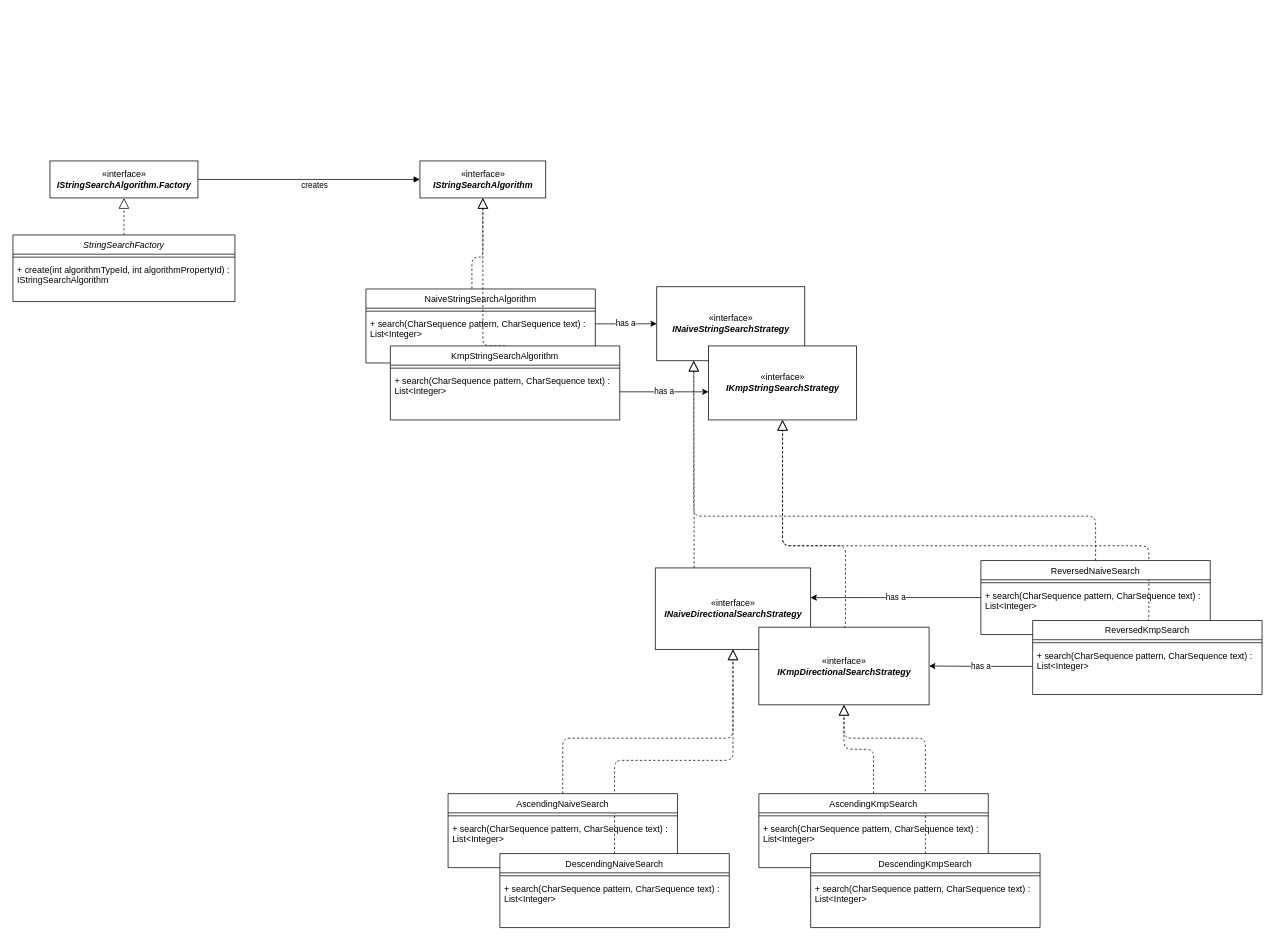
Earlier version of the draw.io diagram Server/algorithms_UML.drawio (cohenItay/Client-Server-project). Source tidied: cells renumbered, new cells numbered last; positions are measured from the earlier drawing's top-left corner, leaving out a move shared by most shapes. Both pictures are drawn from the tidied source at 74%, with x=0, y=0 at pixel (13, 161).
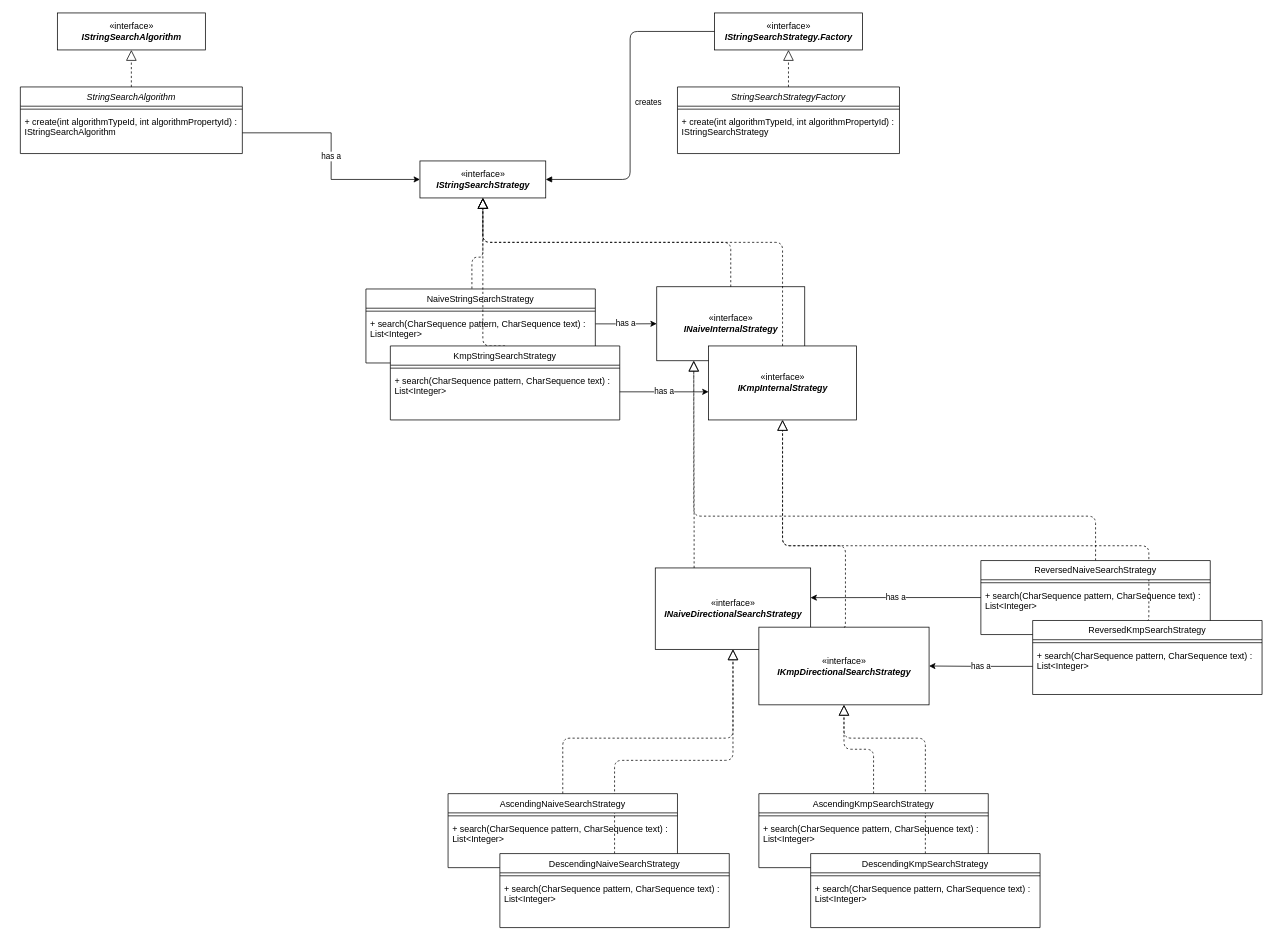
The same diagram, later.

Diff of the diagram source:
```diff
@@
-    <mxCell id="2" value="«interface»&lt;br&gt;&lt;span style=&quot;font-style: italic&quot;&gt;&lt;b&gt;IStringSearchAlgorithm.Factory&lt;/b&gt;&lt;/span&gt;" style="html=1;" parent="1" vertex="1">
-      <mxGeometry x="50" width="200" height="50" as="geometry" />
+    <mxCell id="2" value="«interface»&lt;br&gt;&lt;span style=&quot;font-style: italic&quot;&gt;&lt;b&gt;IStringSearch&lt;/b&gt;&lt;/span&gt;&lt;b style=&quot;font-style: italic&quot;&gt;Strategy&lt;/b&gt;&lt;span style=&quot;font-style: italic&quot;&gt;&lt;b&gt;.Factory&lt;/b&gt;&lt;/span&gt;" style="html=1;" parent="1" vertex="1">
+      <mxGeometry x="948" y="-200" width="200" height="50" as="geometry" />
     </mxCell>
-    <mxCell id="3" value="«interface»&lt;br&gt;&lt;b style=&quot;font-style: italic&quot;&gt;IStringSearchAlgorithm&lt;/b&gt;" style="html=1;" parent="1" vertex="1">
+    <mxCell id="3" value="«interface»&lt;br&gt;&lt;b style=&quot;font-style: italic&quot;&gt;IStringSearchStrategy&lt;/b&gt;" style="html=1;" parent="1" vertex="1">
       <mxGeometry x="550" width="170" height="50" as="geometry" />
     </mxCell>
@@
-    <mxCell id="5" value="creates" style="endArrow=block;endFill=1;html=1;edgeStyle=orthogonalEdgeStyle;align=left;verticalAlign=top;exitX=1;exitY=0.5;exitDx=0;exitDy=0;entryX=0;entryY=0.5;entryDx=0;entryDy=0;" parent="1" edge="1" source="2" target="3">
+    <mxCell id="5" value="creates" style="endArrow=block;endFill=1;html=1;edgeStyle=orthogonalEdgeStyle;align=left;verticalAlign=top;exitX=0;exitY=0.5;exitDx=0;exitDy=0;entryX=1;entryY=0.5;entryDx=0;entryDy=0;" parent="1" edge="1" source="2" target="3">
       <mxGeometry x="-0.08" y="5" relative="1" as="geometry" />
     </mxCell>
-    <mxCell id="6" value="StringSearchFactory" style="swimlane;fontStyle=2;align=center;verticalAlign=top;horizontal=1;startSize=26;rounded=0;shadow=0;strokeWidth=1;" parent="1" vertex="1">
-      <mxGeometry y="100" width="300" height="90" as="geometry" />
-    </mxCell>
-    <mxCell id="7" style="line;html=1;strokeWidth=1;align=left;verticalAlign=middle;spacingTop=-1;spacingLeft=3;spacingRight=3;labelPosition=right;" parent="6" vertex="1">
-      <mxGeometry y="26" width="300" height="8" as="geometry" />
-    </mxCell>
-    <mxCell id="8" value="+ create(int algorithmTypeId, int algorithmPropertyId) : IStringSearchAlgorithm" style="text;align=left;verticalAlign=top;spacingLeft=4;spacingRight=4;overflow=hidden;whiteSpace=wrap;" parent="6" vertex="1">
-      <mxGeometry y="34" width="300" height="56" as="geometry" />
-    </mxCell>
@@
-    <mxCell id="10" value="«interface»&lt;br&gt;&lt;b&gt;&lt;i&gt;INaiveStringSearchStrategy&lt;/i&gt;&lt;/b&gt;" style="html=1;" parent="1" vertex="1">
+    <mxCell id="10" value="«interface»&lt;br&gt;&lt;b&gt;&lt;i&gt;INaiveInternalStrategy&lt;/i&gt;&lt;/b&gt;" style="html=1;" parent="1" vertex="1">
       <mxGeometry x="870" y="170" width="200" height="100" as="geometry" />
     </mxCell>
-    <mxCell id="11" value="«interface»&lt;br&gt;&lt;b&gt;&lt;i&gt;IKmpStringSearchStrategy&lt;/i&gt;&lt;/b&gt;" style="html=1;" parent="1" vertex="1">
+    <mxCell id="11" value="«interface»&lt;br&gt;&lt;b&gt;&lt;i&gt;IKmpInternalStrategy&lt;/i&gt;&lt;/b&gt;" style="html=1;" parent="1" vertex="1">
       <mxGeometry x="940" y="250" width="200" height="100" as="geometry" />
     </mxCell>
@@
-    <mxCell id="17" value="NaiveStringSearchAlgorithm" style="swimlane;fontStyle=0;align=center;verticalAlign=top;horizontal=1;startSize=26;rounded=0;shadow=0;strokeWidth=1;" parent="1" vertex="1">
+    <mxCell id="17" value="NaiveStringSearchStrategy" style="swimlane;fontStyle=0;align=center;verticalAlign=top;horizontal=1;startSize=26;rounded=0;shadow=0;strokeWidth=1;" parent="1" vertex="1">
       <mxGeometry x="477" y="173" width="310" height="100" as="geometry" />
     </mxCell>
@@
-    <mxCell id="21" value="KmpStringSearchAlgorithm" style="swimlane;fontStyle=0;align=center;verticalAlign=top;horizontal=1;startSize=26;rounded=0;shadow=0;strokeWidth=1;" parent="1" vertex="1">
+    <mxCell id="21" value="KmpStringSearchStrategy" style="swimlane;fontStyle=0;align=center;verticalAlign=top;horizontal=1;startSize=26;rounded=0;shadow=0;strokeWidth=1;" parent="1" vertex="1">
       <mxGeometry x="510" y="250" width="310" height="100" as="geometry" />
     </mxCell>
@@
-    <mxCell id="33" value="AscendingKmpSearch" style="swimlane;fontStyle=0;align=center;verticalAlign=top;horizontal=1;startSize=26;rounded=0;shadow=0;strokeWidth=1;" parent="1" vertex="1">
+    <mxCell id="33" value="AscendingKmpSearchStrategy" style="swimlane;fontStyle=0;align=center;verticalAlign=top;horizontal=1;startSize=26;rounded=0;shadow=0;strokeWidth=1;" parent="1" vertex="1">
       <mxGeometry x="1008" y="855" width="310" height="100" as="geometry" />
     </mxCell>
@@
-    <mxCell id="36" value="DescendingKmpSearch" style="swimlane;fontStyle=0;align=center;verticalAlign=top;horizontal=1;startSize=26;rounded=0;shadow=0;strokeWidth=1;" parent="1" vertex="1">
+    <mxCell id="36" value="DescendingKmpSearchStrategy" style="swimlane;fontStyle=0;align=center;verticalAlign=top;horizontal=1;startSize=26;rounded=0;shadow=0;strokeWidth=1;" parent="1" vertex="1">
       <mxGeometry x="1078" y="936" width="310" height="100" as="geometry" />
     </mxCell>
@@
-    <mxCell id="39" value="AscendingNaiveSearch" style="swimlane;fontStyle=0;align=center;verticalAlign=top;horizontal=1;startSize=26;rounded=0;shadow=0;strokeWidth=1;" parent="1" vertex="1">
+    <mxCell id="39" value="AscendingNaiveSearchStrategy" style="swimlane;fontStyle=0;align=center;verticalAlign=top;horizontal=1;startSize=26;rounded=0;shadow=0;strokeWidth=1;" parent="1" vertex="1">
       <mxGeometry x="588" y="855" width="310" height="100" as="geometry" />
     </mxCell>
@@
-    <mxCell id="42" value="DescendingNaiveSearch" style="swimlane;fontStyle=0;align=center;verticalAlign=top;horizontal=1;startSize=26;rounded=0;shadow=0;strokeWidth=1;" parent="1" vertex="1">
+    <mxCell id="42" value="DescendingNaiveSearchStrategy" style="swimlane;fontStyle=0;align=center;verticalAlign=top;horizontal=1;startSize=26;rounded=0;shadow=0;strokeWidth=1;" parent="1" vertex="1">
       <mxGeometry x="658" y="936" width="310" height="100" as="geometry" />
     </mxCell>
@@
-    <mxCell id="45" value="ReversedNaiveSearch" style="swimlane;fontStyle=0;align=center;verticalAlign=top;horizontal=1;startSize=26;rounded=0;shadow=0;strokeWidth=1;" parent="1" vertex="1">
+    <mxCell id="45" value="ReversedNaiveSearchStrategy" style="swimlane;fontStyle=0;align=center;verticalAlign=top;horizontal=1;startSize=26;rounded=0;shadow=0;strokeWidth=1;" parent="1" vertex="1">
       <mxGeometry x="1308" y="540" width="310" height="100" as="geometry" />
     </mxCell>
@@
-    <mxCell id="48" value="ReversedKmpSearch" style="swimlane;fontStyle=0;align=center;verticalAlign=top;horizontal=1;startSize=26;rounded=0;shadow=0;strokeWidth=1;" parent="1" vertex="1">
+    <mxCell id="48" value="ReversedKmpSearchStrategy" style="swimlane;fontStyle=0;align=center;verticalAlign=top;horizontal=1;startSize=26;rounded=0;shadow=0;strokeWidth=1;" parent="1" vertex="1">
       <mxGeometry x="1378" y="621" width="310" height="100" as="geometry" />
     </mxCell>
@@
+    <mxCell id="6" value="StringSearchStrategyFactory" style="swimlane;fontStyle=2;align=center;verticalAlign=top;horizontal=1;startSize=26;rounded=0;shadow=0;strokeWidth=1;" parent="1" vertex="1">
+      <mxGeometry x="898" y="-100" width="300" height="90" as="geometry" />
+    </mxCell>
+    <mxCell id="7" style="line;html=1;strokeWidth=1;align=left;verticalAlign=middle;spacingTop=-1;spacingLeft=3;spacingRight=3;labelPosition=right;" parent="6" vertex="1">
+      <mxGeometry y="26" width="300" height="8" as="geometry" />
+    </mxCell>
+    <mxCell id="8" value="+ create(int algorithmTypeId, int algorithmPropertyId) : IStringSearchStrategy" style="text;align=left;verticalAlign=top;spacingLeft=4;spacingRight=4;overflow=hidden;whiteSpace=wrap;" parent="6" vertex="1">
+      <mxGeometry y="34" width="300" height="56" as="geometry" />
+    </mxCell>
+    <mxCell id="51" value="«interface»&lt;br&gt;&lt;span style=&quot;font-style: italic&quot;&gt;&lt;b&gt;IStringSearchAlgorithm&lt;/b&gt;&lt;/span&gt;" style="html=1;" parent="1" vertex="1">
+      <mxGeometry x="60" y="-200" width="200" height="50" as="geometry" />
+    </mxCell>
+    <mxCell id="52" value="StringSearchAlgorithm" style="swimlane;fontStyle=2;align=center;verticalAlign=top;horizontal=1;startSize=26;rounded=0;shadow=0;strokeWidth=1;" parent="1" vertex="1">
+      <mxGeometry x="10" y="-100" width="300" height="90" as="geometry" />
+    </mxCell>
+    <mxCell id="53" style="line;html=1;strokeWidth=1;align=left;verticalAlign=middle;spacingTop=-1;spacingLeft=3;spacingRight=3;labelPosition=right;" parent="52" vertex="1">
+      <mxGeometry y="26" width="300" height="8" as="geometry" />
+    </mxCell>
+    <mxCell id="54" value="+ create(int algorithmTypeId, int algorithmPropertyId) : IStringSearchAlgorithm" style="text;align=left;verticalAlign=top;spacingLeft=4;spacingRight=4;overflow=hidden;points=[[0,0.5],[1,0.5]];portConstraint=eastwest;whiteSpace=wrap;" parent="52" vertex="1">
+      <mxGeometry y="34" width="300" height="56" as="geometry" />
+    </mxCell>
+    <mxCell id="55" style="endArrow=block;dashed=1;endFill=0;endSize=12;html=1;exitX=0.5;exitY=0;exitDx=0;exitDy=0;entryX=0.5;entryY=1;entryDx=0;entryDy=0;" parent="1" edge="1" source="52" target="51">
+      <mxGeometry relative="1" as="geometry" />
+    </mxCell>
+    <mxCell id="56" value="has a" style="edgeStyle=orthogonalEdgeStyle;rounded=0;jettySize=auto;html=1;entryX=0;entryY=0.5;entryDx=0;entryDy=0;endArrow=classic;endFill=1;" parent="1" edge="1" source="54" target="3">
+      <mxGeometry relative="1" as="geometry" />
+    </mxCell>
+    <mxCell id="57" style="endArrow=block;dashed=1;endFill=0;endSize=12;html=1;entryX=0.5;entryY=1;entryDx=0;entryDy=0;exitX=0.5;exitY=0;exitDx=0;exitDy=0;edgeStyle=orthogonalEdgeStyle;" parent="1" edge="1" source="10" target="3">
+      <mxGeometry relative="1" as="geometry" />
+    </mxCell>
+    <mxCell id="58" style="endArrow=block;dashed=1;endFill=0;endSize=12;html=1;entryX=0.5;entryY=1;entryDx=0;entryDy=0;exitX=0.5;exitY=0;exitDx=0;exitDy=0;edgeStyle=orthogonalEdgeStyle;" parent="1" edge="1" source="11" target="3">
+      <mxGeometry relative="1" as="geometry">
+        <Array as="points">
+          <mxPoint x="1040" y="110" />
+          <mxPoint x="635" y="110" />
+        </Array>
+      </mxGeometry>
+    </mxCell>
```
